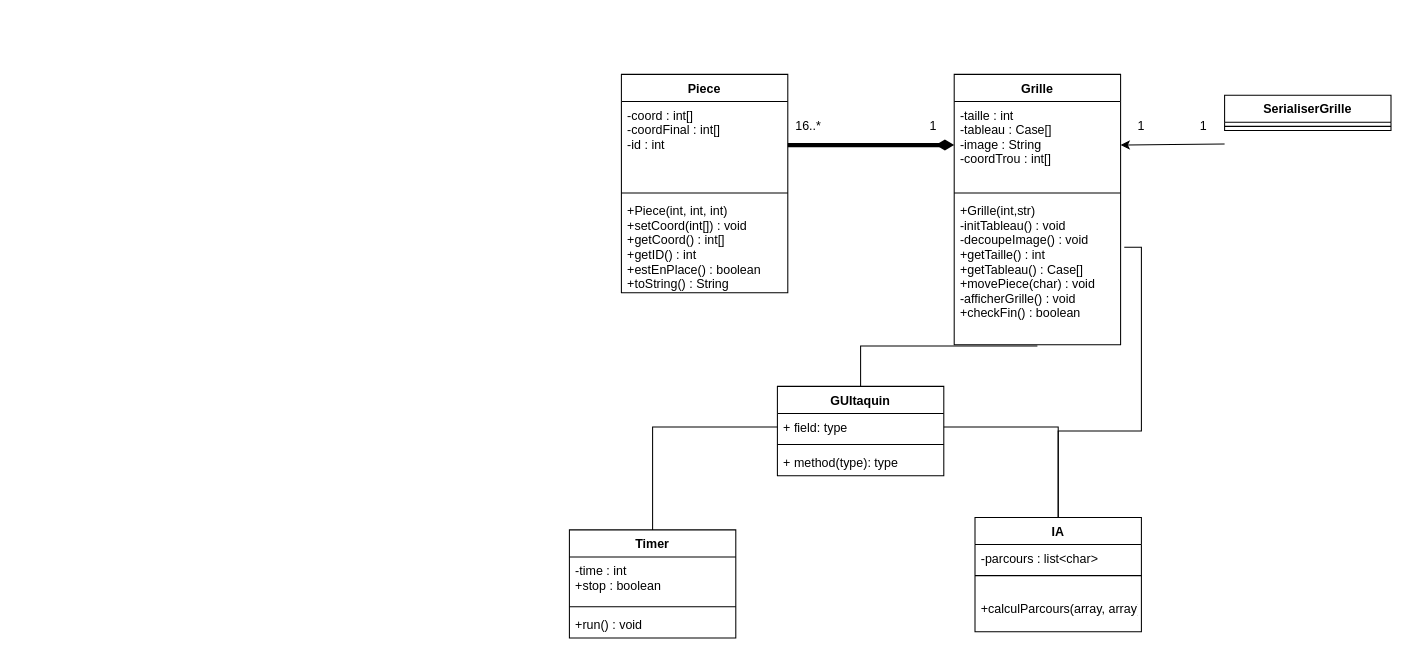
Earlier version of the draw.io diagram Diagramme_Classes.drawio (tiphainewo/Projet-Taquin). Source tidied: cells renumbered, new cells numbered last; positions are measured from the earlier drawing's top-left corner, leaving out a move shared by most shapes. Both pictures are drawn from the tidied source at 104%, with x=0, y=0 at pixel (569, 74).
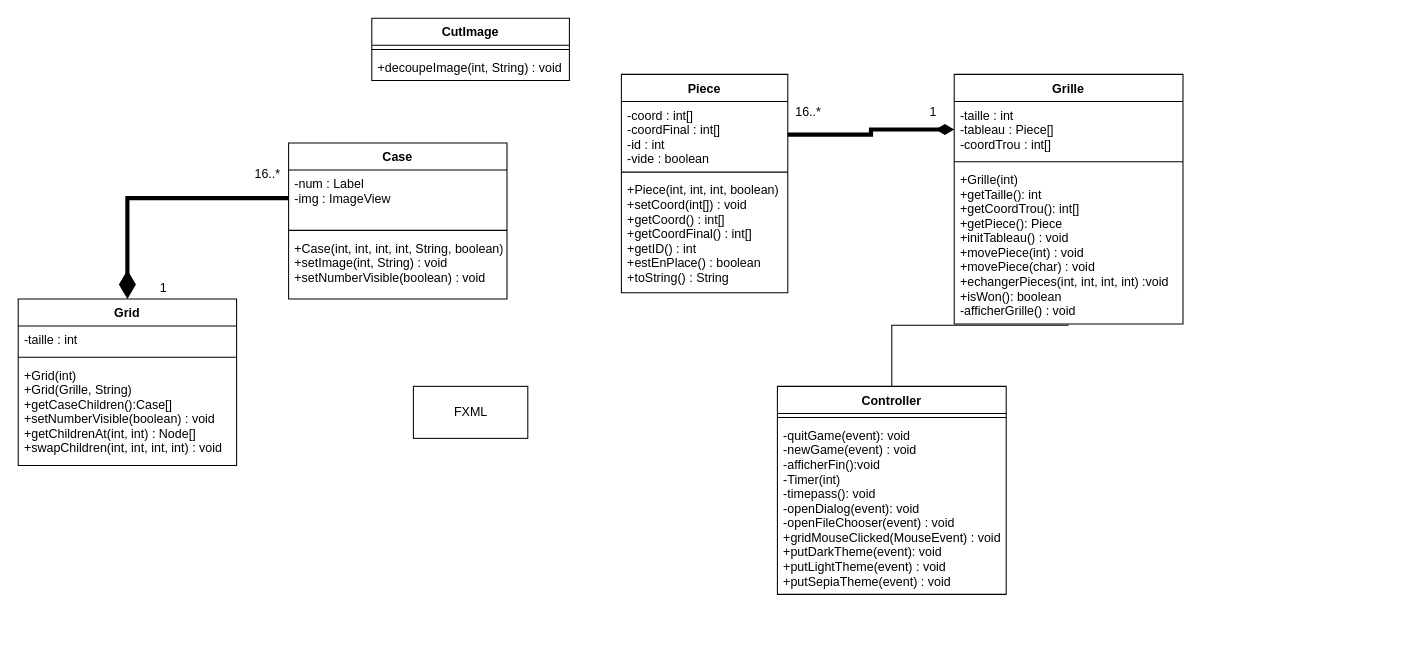
Above is the later version.

Unchanged cells that the change refers to:
```xml
<mxCell id="13" value="Piece" style="swimlane;fontStyle=1;align=center;verticalAlign=top;horizontal=1;startSize=26;" parent="1" vertex="1">
  <mxGeometry x="50" width="160" height="210" as="geometry" />
</mxCell>
```

What changed in the source:
```diff
@@
     <mxCell id="3" value="16..*" style="text;html=1;strokeColor=none;fillColor=none;align=center;verticalAlign=middle;whiteSpace=wrap;rounded=0;glass=0;" parent="1" vertex="1">
-      <mxGeometry x="210" y="40" width="40" height="20" as="geometry" />
+      <mxGeometry x="210" y="27" width="40" height="20" as="geometry" />
     </mxCell>
     <mxCell id="4" value="1" style="text;html=1;strokeColor=none;fillColor=none;align=center;verticalAlign=middle;whiteSpace=wrap;rounded=0;glass=0;" parent="1" vertex="1">
-      <mxGeometry x="330" y="40" width="40" height="20" as="geometry" />
+      <mxGeometry x="330" y="27" width="40" height="20" as="geometry" />
     </mxCell>
@@
-    <mxCell id="6" style="edgeStyle=orthogonalEdgeStyle;rounded=0;jettySize=auto;html=1;entryX=1;entryY=0.5;entryDx=0;entryDy=0;endArrow=none;endFill=0;" parent="1" edge="1" source="21" target="18">
-      <mxGeometry relative="1" as="geometry" />
-    </mxCell>
-    <mxCell id="7" style="edgeStyle=orthogonalEdgeStyle;rounded=0;jettySize=auto;html=1;entryX=1.022;entryY=0.34;entryDx=0;entryDy=0;entryPerimeter=0;endArrow=none;endFill=0;" parent="1" edge="1" source="21" target="12">
-      <mxGeometry relative="1" as="geometry" />
-    </mxCell>
-    <mxCell id="8" style="edgeStyle=orthogonalEdgeStyle;rounded=0;jettySize=auto;html=1;entryX=0;entryY=0.5;entryDx=0;entryDy=0;endArrow=none;endFill=0;" parent="1" edge="1" source="25" target="18">
-      <mxGeometry relative="1" as="geometry" />
-    </mxCell>
     <mxCell id="9" value="Grille" style="swimlane;fontStyle=1;align=center;verticalAlign=top;horizontal=1;startSize=26;" parent="1" vertex="1">
-      <mxGeometry x="370" width="160" height="260" as="geometry" />
+      <mxGeometry x="370" width="220" height="240" as="geometry" />
     </mxCell>
-    <mxCell id="10" value="-taille : int&#10;-tableau : Case[]&#10;-image : String&#10;-coordTrou : int[]" style="text;strokeColor=none;fillColor=none;align=left;verticalAlign=top;spacingLeft=4;spacingRight=4;overflow=hidden;points=[[0,0.5],[1,0.5]];portConstraint=eastwest;glass=0;" parent="9" vertex="1">
-      <mxGeometry y="26" width="160" height="84" as="geometry" />
+    <mxCell id="10" value="-taille : int&#10;-tableau : Piece[]&#10;-coordTrou : int[]" style="text;strokeColor=none;fillColor=none;align=left;verticalAlign=top;spacingLeft=4;spacingRight=4;overflow=hidden;points=[[0,0.5],[1,0.5]];portConstraint=eastwest;glass=0;" parent="9" vertex="1">
+      <mxGeometry y="26" width="220" height="54" as="geometry" />
     </mxCell>
     <mxCell id="11" style="line;strokeWidth=1;fillColor=none;align=left;verticalAlign=middle;spacingTop=-1;spacingLeft=3;spacingRight=3;labelPosition=right;" parent="9" vertex="1">
-      <mxGeometry y="110" width="160" height="8" as="geometry" />
+      <mxGeometry y="80" width="220" height="8" as="geometry" />
     </mxCell>
-    <mxCell id="12" value="+Grille(int,str)&#10;-initTableau() : void&#10;-decoupeImage() : void&#10;+getTaille() : int&#10;+getTableau() : Case[]&#10;+movePiece(char) : void&#10;-afficherGrille() : void&#10;+checkFin() : boolean" style="text;strokeColor=none;fillColor=none;align=left;verticalAlign=top;spacingLeft=4;spacingRight=4;overflow=hidden;points=[[0,0.5],[1,0.5]];portConstraint=eastwest;" parent="9" vertex="1">
-      <mxGeometry y="118" width="160" height="142" as="geometry" />
+    <mxCell id="12" value="+Grille(int)&#10;+getTaille(): int&#10;+getCoordTrou(): int[]&#10;+getPiece(): Piece&#10;+initTableau() : void&#10;+movePiece(int) : void&#10;+movePiece(char) : void&#10;+echangerPieces(int, int, int, int) :void&#10;+isWon(): boolean&#10;-afficherGrille() : void&#10;" style="text;strokeColor=none;fillColor=none;align=left;verticalAlign=top;spacingLeft=4;spacingRight=4;overflow=hidden;points=[[0,0.5],[1,0.5]];portConstraint=eastwest;" parent="9" vertex="1">
+      <mxGeometry y="88" width="220" height="152" as="geometry" />
     </mxCell>
@@
-    <mxCell id="14" value="-coord : int[]&#10;-coordFinal : int[]&#10;-id : int " style="text;strokeColor=none;fillColor=none;align=left;verticalAlign=top;spacingLeft=4;spacingRight=4;overflow=hidden;points=[[0,0.5],[1,0.5]];portConstraint=eastwest;" parent="13" vertex="1">
-      <mxGeometry y="26" width="160" height="84" as="geometry" />
+    <mxCell id="14" value="-coord : int[]&#10;-coordFinal : int[]&#10;-id : int &#10;-vide : boolean" style="text;strokeColor=none;fillColor=none;align=left;verticalAlign=top;spacingLeft=4;spacingRight=4;overflow=hidden;points=[[0,0.5],[1,0.5]];portConstraint=eastwest;" parent="13" vertex="1">
+      <mxGeometry y="26" width="160" height="64" as="geometry" />
     </mxCell>
     <mxCell id="15" style="line;strokeWidth=1;fillColor=none;align=left;verticalAlign=middle;spacingTop=-1;spacingLeft=3;spacingRight=3;labelPosition=right;" parent="13" vertex="1">
-      <mxGeometry y="110" width="160" height="8" as="geometry" />
+      <mxGeometry y="90" width="160" height="8" as="geometry" />
     </mxCell>
-    <mxCell id="16" value="+Piece(int, int, int)&#10;+setCoord(int[]) : void&#10;+getCoord() : int[]&#10;+getID() : int&#10;+estEnPlace() : boolean&#10;+toString() : String" style="text;strokeColor=none;fillColor=none;align=left;verticalAlign=top;spacingLeft=4;spacingRight=4;overflow=hidden;" parent="13" vertex="1">
-      <mxGeometry y="118" width="160" height="92" as="geometry" />
+    <mxCell id="16" value="+Piece(int, int, int, boolean)&#10;+setCoord(int[]) : void&#10;+getCoord() : int[]&#10;+getCoordFinal() : int[]&#10;+getID() : int&#10;+estEnPlace() : boolean&#10;+toString() : String" style="text;strokeColor=none;fillColor=none;align=left;verticalAlign=top;spacingLeft=4;spacingRight=4;overflow=hidden;" parent="13" vertex="1">
+      <mxGeometry y="98" width="160" height="112" as="geometry" />
     </mxCell>
-    <mxCell id="17" value="GUItaquin" style="swimlane;fontStyle=1;align=center;verticalAlign=top;horizontal=1;startSize=26;" parent="1" vertex="1">
-      <mxGeometry x="200" y="300" width="160" height="86" as="geometry" />
+    <mxCell id="17" value="Controller" style="swimlane;fontStyle=1;align=center;verticalAlign=top;horizontal=1;startSize=26;" parent="1" vertex="1">
+      <mxGeometry x="200" y="300" width="220" height="200" as="geometry" />
     </mxCell>
-    <mxCell id="18" value="+ field: type" style="text;strokeColor=none;fillColor=none;align=left;verticalAlign=top;spacingLeft=4;spacingRight=4;overflow=hidden;points=[[0,0.5],[1,0.5]];portConstraint=eastwest;" parent="17" vertex="1">
-      <mxGeometry y="26" width="160" height="26" as="geometry" />
-    </mxCell>
     <mxCell id="19" style="line;strokeWidth=1;fillColor=none;align=left;verticalAlign=middle;spacingTop=-1;spacingLeft=3;spacingRight=3;labelPosition=right;" parent="17" vertex="1">
-      <mxGeometry y="52" width="160" height="8" as="geometry" />
+      <mxGeometry y="26" width="220" height="8" as="geometry" />
     </mxCell>
-    <mxCell id="20" value="+ method(type): type" style="text;strokeColor=none;fillColor=none;align=left;verticalAlign=top;spacingLeft=4;spacingRight=4;overflow=hidden;" parent="17" vertex="1">
-      <mxGeometry y="60" width="160" height="26" as="geometry" />
+    <mxCell id="20" value="-quitGame(event): void&#10;-newGame(event) : void&#10;-afficherFin():void&#10;-Timer(int)&#10;-timepass(): void&#10;-openDialog(event): void&#10;-openFileChooser(event) : void&#10;+gridMouseClicked(MouseEvent) : void&#10;+putDarkTheme(event): void&#10;+putLightTheme(event) : void&#10;+putSepiaTheme(event) : void" style="text;strokeColor=none;fillColor=none;align=left;verticalAlign=top;spacingLeft=4;spacingRight=4;overflow=hidden;" parent="17" vertex="1">
+      <mxGeometry y="34" width="220" height="166" as="geometry" />
     </mxCell>
-    <mxCell id="21" value="IA" style="swimlane;fontStyle=1;align=center;verticalAlign=top;horizontal=1;startSize=26;" parent="1" vertex="1">
-      <mxGeometry x="390" y="426" width="160" height="110" as="geometry" />
-    </mxCell>
-    <mxCell id="22" value="-parcours : list&lt;char&gt;" style="text;strokeColor=none;fillColor=none;align=left;verticalAlign=top;spacingLeft=4;spacingRight=4;overflow=hidden;" parent="21" vertex="1">
-      <mxGeometry y="26" width="160" height="26" as="geometry" />
-    </mxCell>
-    <mxCell id="23" style="line;strokeWidth=1;fillColor=none;align=left;verticalAlign=middle;spacingTop=-1;spacingLeft=3;spacingRight=3;labelPosition=right;" parent="21" vertex="1">
-      <mxGeometry y="52" width="160" height="8" as="geometry" />
-    </mxCell>
-    <mxCell id="24" value="&#10;+calculParcours(array, array)" style="text;strokeColor=none;fillColor=none;align=left;verticalAlign=top;spacingLeft=4;spacingRight=4;overflow=hidden;" parent="21" vertex="1">
-      <mxGeometry y="60" width="160" height="50" as="geometry" />
-    </mxCell>
-    <mxCell id="25" value="Timer" style="swimlane;fontStyle=1;align=center;verticalAlign=top;horizontal=1;startSize=26;glass=0;" parent="1" vertex="1">
-      <mxGeometry y="438" width="160" height="104" as="geometry" />
-    </mxCell>
-    <mxCell id="26" value="-time : int&#10;+stop : boolean" style="text;strokeColor=none;fillColor=none;align=left;verticalAlign=top;spacingLeft=4;spacingRight=4;overflow=hidden;" parent="25" vertex="1">
-      <mxGeometry y="26" width="160" height="44" as="geometry" />
-    </mxCell>
-    <mxCell id="27" style="line;strokeWidth=1;fillColor=none;align=left;verticalAlign=middle;spacingTop=-1;spacingLeft=3;spacingRight=3;labelPosition=right;" parent="25" vertex="1">
-      <mxGeometry y="70" width="160" height="8" as="geometry" />
-    </mxCell>
-    <mxCell id="28" value="+run() : void" style="text;strokeColor=none;fillColor=none;align=left;verticalAlign=top;spacingLeft=4;spacingRight=4;overflow=hidden;" parent="25" vertex="1">
-      <mxGeometry y="78" width="160" height="26" as="geometry" />
-    </mxCell>
-    <mxCell id="29" style="edgeStyle=orthogonalEdgeStyle;rounded=0;jettySize=auto;html=1;entryX=1;entryY=0.5;entryDx=0;entryDy=0;" parent="1" edge="1" target="10">
-      <mxGeometry relative="1" as="geometry">
-        <mxPoint x="630" y="67" as="sourcePoint" />
-      </mxGeometry>
-    </mxCell>
-    <mxCell id="30" value="1" style="text;html=1;strokeColor=none;fillColor=none;align=center;verticalAlign=middle;whiteSpace=wrap;rounded=0;glass=0;" parent="1" vertex="1">
-      <mxGeometry x="530" y="40" width="40" height="20" as="geometry" />
-    </mxCell>
-    <mxCell id="31" value="1" style="text;html=1;strokeColor=none;fillColor=none;align=center;verticalAlign=middle;whiteSpace=wrap;rounded=0;glass=0;" parent="1" vertex="1">
-      <mxGeometry x="590" y="40" width="40" height="20" as="geometry" />
-    </mxCell>
-    <mxCell id="32" value="SerialiserGrille" style="swimlane;fontStyle=1;align=center;verticalAlign=top;horizontal=1;startSize=26;" parent="1" vertex="1">
-      <mxGeometry x="630" y="20" width="160" height="34" as="geometry" />
-    </mxCell>
-    <mxCell id="33" style="line;strokeWidth=1;fillColor=none;align=left;verticalAlign=middle;spacingTop=-1;spacingLeft=3;spacingRight=3;labelPosition=right;" parent="32" vertex="1">
-      <mxGeometry y="26" width="160" height="8" as="geometry" />
-    </mxCell>
+    <mxCell id="34" value="Case" style="swimlane;fontStyle=1;align=center;verticalAlign=top;horizontal=1;startSize=26;" parent="1" vertex="1">
+      <mxGeometry x="-270" y="66" width="210" height="150" as="geometry" />
+    </mxCell>
+    <mxCell id="35" value="-num : Label&#10;-img : ImageView" style="text;strokeColor=none;fillColor=none;align=left;verticalAlign=top;spacingLeft=4;spacingRight=4;overflow=hidden;points=[[0,0.5],[1,0.5]];portConstraint=eastwest;" parent="34" vertex="1">
+      <mxGeometry y="26" width="210" height="54" as="geometry" />
+    </mxCell>
+    <mxCell id="36" style="line;strokeWidth=1;fillColor=none;align=left;verticalAlign=middle;spacingTop=-1;spacingLeft=3;spacingRight=3;labelPosition=right;" parent="34" vertex="1">
+      <mxGeometry y="80" width="210" height="8" as="geometry" />
+    </mxCell>
+    <mxCell id="37" value="+Case(int, int, int, int, String, boolean)&#10;+setImage(int, String) : void&#10;+setNumberVisible(boolean) : void" style="text;strokeColor=none;fillColor=none;align=left;verticalAlign=top;spacingLeft=4;spacingRight=4;overflow=hidden;" parent="34" vertex="1">
+      <mxGeometry y="88" width="210" height="62" as="geometry" />
+    </mxCell>
+    <mxCell id="38" value="CutImage" style="swimlane;fontStyle=1;align=center;verticalAlign=top;horizontal=1;startSize=26;" parent="1" vertex="1">
+      <mxGeometry x="-190" y="-54" width="190" height="60" as="geometry" />
+    </mxCell>
+    <mxCell id="39" style="line;strokeWidth=1;fillColor=none;align=left;verticalAlign=middle;spacingTop=-1;spacingLeft=3;spacingRight=3;labelPosition=right;" parent="38" vertex="1">
+      <mxGeometry y="26" width="190" height="8" as="geometry" />
+    </mxCell>
+    <mxCell id="40" value="+decoupeImage(int, String) : void" style="text;strokeColor=none;fillColor=none;align=left;verticalAlign=top;spacingLeft=4;spacingRight=4;overflow=hidden;" parent="38" vertex="1">
+      <mxGeometry y="34" width="190" height="26" as="geometry" />
+    </mxCell>
+    <mxCell id="41" value="Grid" style="swimlane;fontStyle=1;align=center;verticalAlign=top;horizontal=1;startSize=26;" parent="1" vertex="1">
+      <mxGeometry x="-530" y="216" width="210" height="160" as="geometry" />
+    </mxCell>
+    <mxCell id="42" value="-taille : int" style="text;strokeColor=none;fillColor=none;align=left;verticalAlign=top;spacingLeft=4;spacingRight=4;overflow=hidden;" parent="41" vertex="1">
+      <mxGeometry y="26" width="210" height="26" as="geometry" />
+    </mxCell>
+    <mxCell id="43" style="line;strokeWidth=1;fillColor=none;align=left;verticalAlign=middle;spacingTop=-1;spacingLeft=3;spacingRight=3;labelPosition=right;" parent="41" vertex="1">
+      <mxGeometry y="52" width="210" height="8" as="geometry" />
+    </mxCell>
+    <mxCell id="44" value="+Grid(int)&#10;+Grid(Grille, String)&#10;+getCaseChildren():Case[]&#10;+setNumberVisible(boolean) : void&#10;+getChildrenAt(int, int) : Node[]&#10;+swapChildren(int, int, int, int) : void" style="text;strokeColor=none;fillColor=none;align=left;verticalAlign=top;spacingLeft=4;spacingRight=4;overflow=hidden;" parent="41" vertex="1">
+      <mxGeometry y="60" width="210" height="100" as="geometry" />
+    </mxCell>
+    <mxCell id="45" value="FXML" style="html=1;" parent="1" vertex="1">
+      <mxGeometry x="-150" y="300" width="110" height="50" as="geometry" />
+    </mxCell>
+    <mxCell id="46" style="edgeStyle=orthogonalEdgeStyle;rounded=0;jettySize=auto;html=1;entryX=0.5;entryY=0;entryDx=0;entryDy=0;endArrow=diamondThin;endFill=1;endSize=16;startSize=14;jumpSize=7;strokeWidth=4;" parent="1" edge="1" source="35" target="41">
+      <mxGeometry relative="1" as="geometry" />
+    </mxCell>
+    <mxCell id="47" value="16..*" style="text;html=1;strokeColor=none;fillColor=none;align=center;verticalAlign=middle;whiteSpace=wrap;rounded=0;glass=0;" parent="1" vertex="1">
+      <mxGeometry x="-310" y="86" width="40" height="20" as="geometry" />
+    </mxCell>
+    <mxCell id="48" value="1" style="text;html=1;strokeColor=none;fillColor=none;align=center;verticalAlign=middle;whiteSpace=wrap;rounded=0;glass=0;" parent="1" vertex="1">
+      <mxGeometry x="-410" y="196" width="40" height="20" as="geometry" />
+    </mxCell>
```
